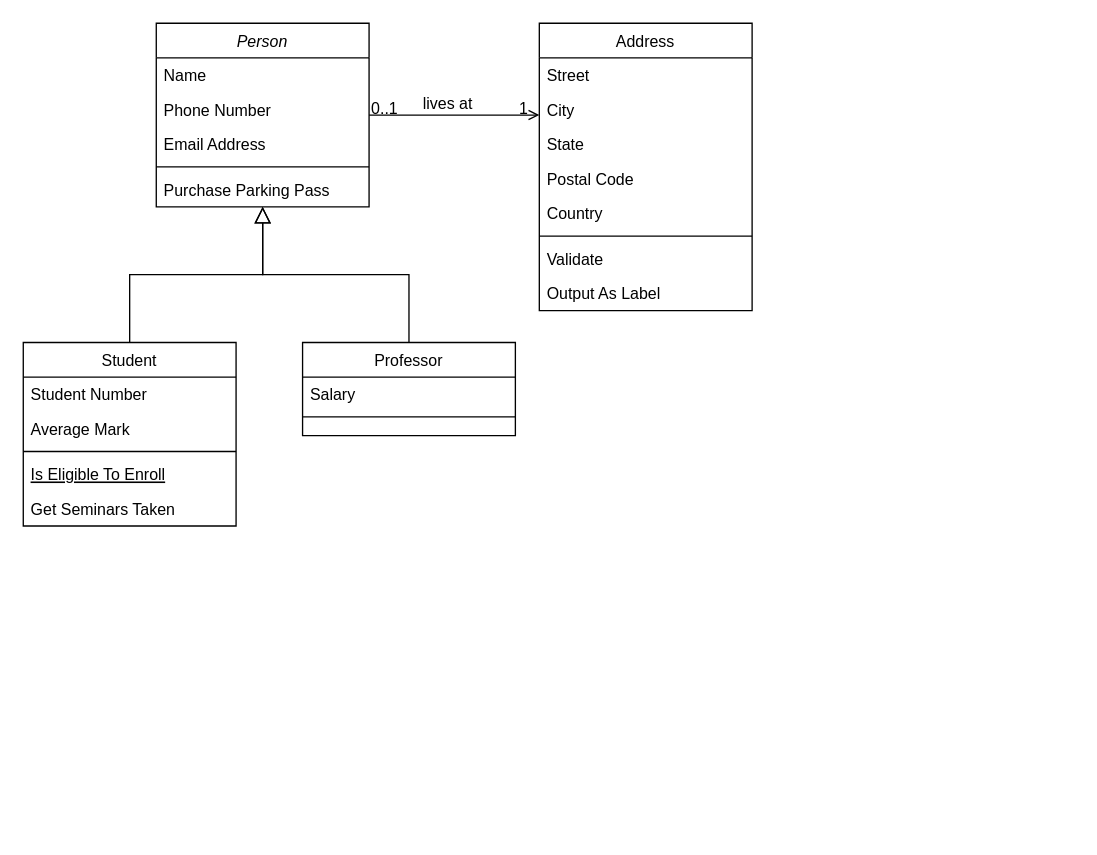
Earlier version of the draw.io diagram Assets/PlayerScripts/Untitled Diagram.drawio (DihyahAdib/Equinox). Source tidied: cells renumbered, new cells numbered last; positions are measured from the earlier drawing's top-left corner, leaving out a move shared by most shapes. Both pictures are drawn from the tidied source at 133%, with x=0, y=0 at pixel (23, 23).
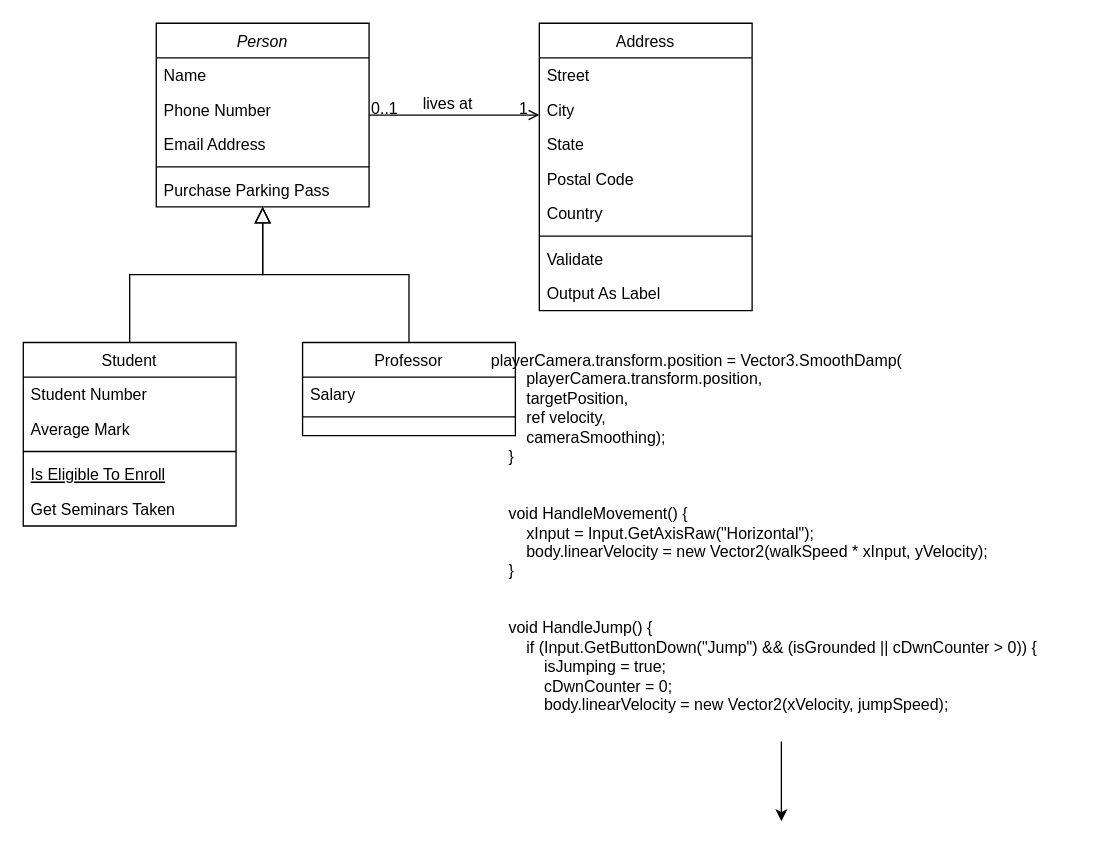
The same page after the edit.

The edit, as a diff of the source:
```diff
@@
+    <mxCell id="32" style="edgeStyle=orthogonalEdgeStyle;rounded=0;jettySize=auto;html=1;" parent="1" edge="1" source="33">
+      <mxGeometry relative="1" as="geometry">
+        <mxPoint x="570" y="600" as="targetPoint" />
+      </mxGeometry>
+    </mxCell>
+    <mxCell id="33" value="playerCamera.transform.position = Vector3.SmoothDamp(&#10;        playerCamera.transform.position,&#10;        targetPosition,&#10;        ref velocity,&#10;        cameraSmoothing);&#10;    }&#10;&#10;&#10;    void HandleMovement() {&#10;        xInput = Input.GetAxisRaw(&quot;Horizontal&quot;);&#10;        body.linearVelocity = new Vector2(walkSpeed * xInput, yVelocity);&#10;    }&#10;&#10;&#10;    void HandleJump() {&#10;        if (Input.GetButtonDown(&quot;Jump&quot;) &amp;&amp; (isGrounded || cDwnCounter &gt; 0)) {&#10;            isJumping = true;&#10;            cDwnCounter = 0;&#10;            body.linearVelocity = new Vector2(xVelocity, jumpSpeed);" style="text;whiteSpace=wrap;" parent="1" vertex="1">
+      <mxGeometry x="350" y="240" width="440" height="300" as="geometry" />
+    </mxCell>
```
